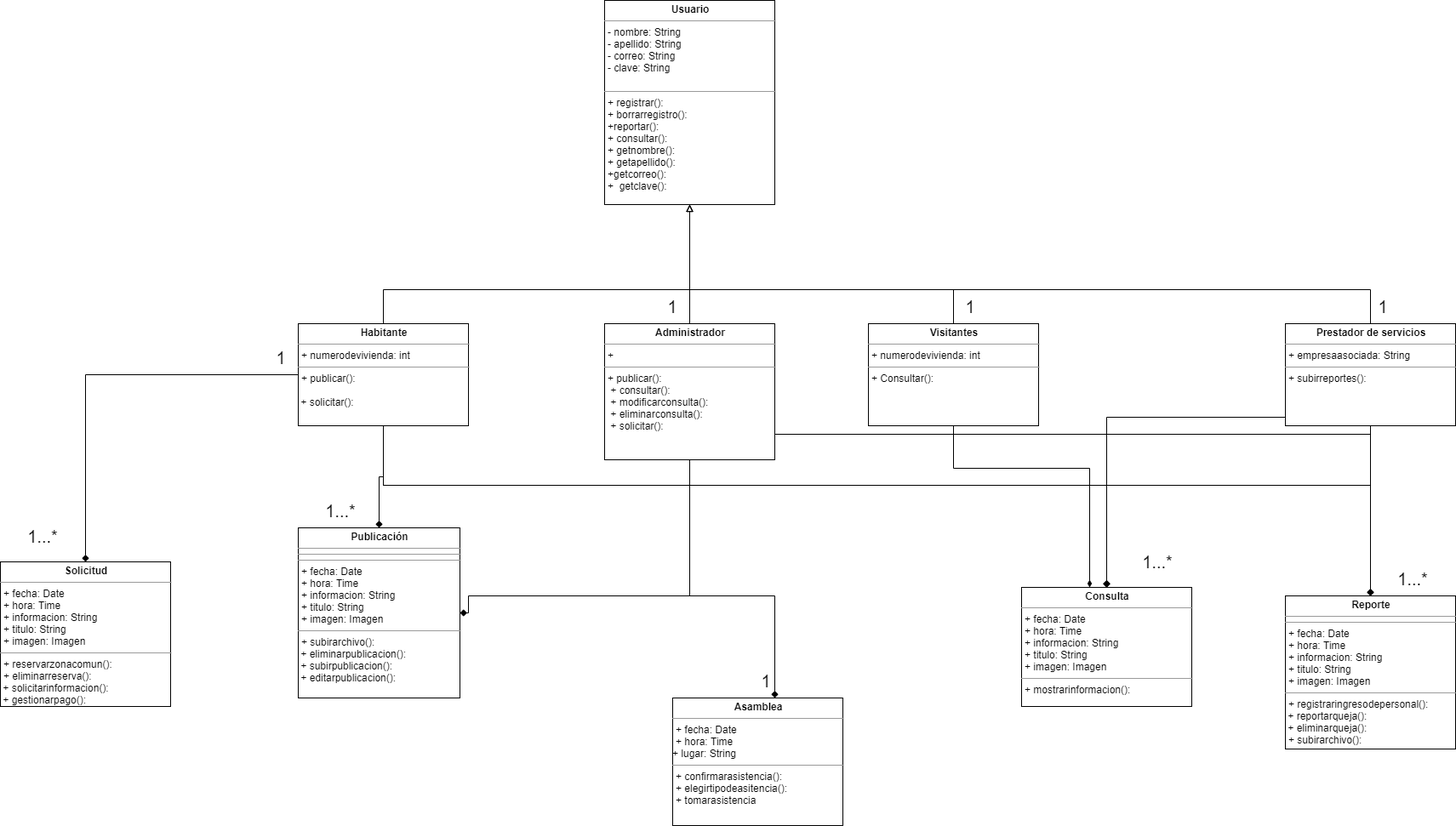
Above: Diagrama de clases.png in mnivia/Administracion-unidades-cerradas (draw.io), before the change. Source tidied: cells renumbered, new cells last; positions are measured from the earlier drawing's top-left corner, leaving out a move shared by most shapes.
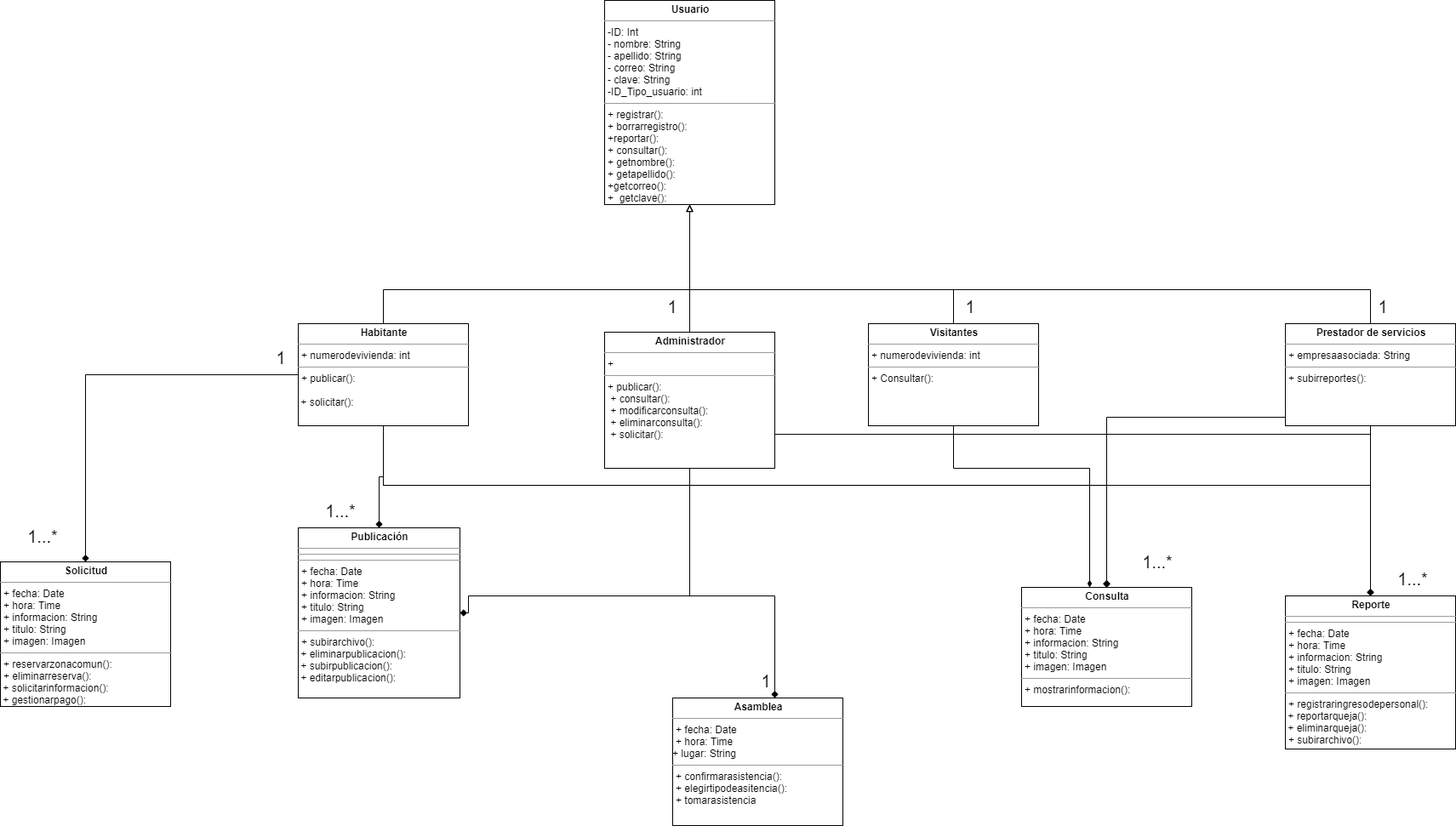
After the change.

Change to the diagram source:
```diff
@@ -2,7 +2,7 @@
   <root>
     <mxCell id="0" />
     <mxCell id="1" parent="0" />
-    <mxCell id="2" value="&lt;p style=&quot;margin: 0px ; margin-top: 4px ; text-align: center&quot;&gt;&lt;b&gt;Usuario&lt;/b&gt;&lt;/p&gt;&lt;hr size=&quot;1&quot;&gt;&lt;p style=&quot;margin: 0px ; margin-left: 4px&quot;&gt;- nombre: String&lt;/p&gt;&lt;p style=&quot;margin: 0px ; margin-left: 4px&quot;&gt;- apellido: String&lt;br&gt;&lt;/p&gt;&lt;p style=&quot;margin: 0px ; margin-left: 4px&quot;&gt;- correo: String&lt;br&gt;&lt;/p&gt;&lt;p style=&quot;margin: 0px ; margin-left: 4px&quot;&gt;- clave: String&lt;br&gt;&lt;/p&gt;&lt;p style=&quot;margin: 0px ; margin-left: 4px&quot;&gt;&lt;br&gt;&lt;/p&gt;&lt;hr size=&quot;1&quot;&gt;&lt;p style=&quot;margin: 0px ; margin-left: 4px&quot;&gt;+ registrar():&lt;/p&gt;&lt;p style=&quot;margin: 0px ; margin-left: 4px&quot;&gt;+ borrarregistro():&lt;br&gt;&lt;/p&gt;&lt;p style=&quot;margin: 0px ; margin-left: 4px&quot;&gt;+reportar():&lt;/p&gt;&lt;p style=&quot;margin: 0px ; margin-left: 4px&quot;&gt;+ consultar():&lt;br&gt;&lt;/p&gt;&lt;p style=&quot;margin: 0px ; margin-left: 4px&quot;&gt;+&amp;nbsp;&lt;span&gt;getnombre():&lt;/span&gt;&lt;/p&gt;&lt;p style=&quot;margin: 0px 0px 0px 4px&quot;&gt;+ getapellido():&amp;nbsp;&lt;br&gt;&lt;/p&gt;&lt;p style=&quot;margin: 0px 0px 0px 4px&quot;&gt;+getcorreo():&amp;nbsp;&lt;br&gt;&lt;/p&gt;&lt;p style=&quot;margin: 0px 0px 0px 4px&quot;&gt;+&amp;nbsp; getclave():&amp;nbsp;&lt;br&gt;&lt;/p&gt;&lt;p style=&quot;margin: 0px 0px 0px 4px&quot;&gt;&lt;br&gt;&lt;/p&gt;&lt;p style=&quot;margin: 0px ; margin-left: 4px&quot;&gt;&amp;nbsp;&lt;/p&gt;" style="verticalAlign=top;align=left;overflow=fill;fontSize=12;fontFamily=Helvetica;html=1;" parent="1" vertex="1">
+    <mxCell id="2" value="&lt;p style=&quot;margin: 0px ; margin-top: 4px ; text-align: center&quot;&gt;&lt;b&gt;Usuario&lt;/b&gt;&lt;/p&gt;&lt;hr size=&quot;1&quot;&gt;&lt;p style=&quot;margin: 0px ; margin-left: 4px&quot;&gt;-ID: Int&lt;/p&gt;&lt;p style=&quot;margin: 0px ; margin-left: 4px&quot;&gt;- nombre: String&lt;/p&gt;&lt;p style=&quot;margin: 0px ; margin-left: 4px&quot;&gt;- apellido: String&lt;br&gt;&lt;/p&gt;&lt;p style=&quot;margin: 0px ; margin-left: 4px&quot;&gt;- correo: String&lt;br&gt;&lt;/p&gt;&lt;p style=&quot;margin: 0px ; margin-left: 4px&quot;&gt;- clave: String&lt;br&gt;&lt;/p&gt;&lt;p style=&quot;margin: 0px ; margin-left: 4px&quot;&gt;-ID_Tipo_usuario: int&lt;/p&gt;&lt;hr size=&quot;1&quot;&gt;&lt;p style=&quot;margin: 0px ; margin-left: 4px&quot;&gt;+ registrar():&lt;/p&gt;&lt;p style=&quot;margin: 0px ; margin-left: 4px&quot;&gt;+ borrarregistro():&lt;br&gt;&lt;/p&gt;&lt;p style=&quot;margin: 0px ; margin-left: 4px&quot;&gt;+reportar():&lt;/p&gt;&lt;p style=&quot;margin: 0px ; margin-left: 4px&quot;&gt;+ consultar():&lt;br&gt;&lt;/p&gt;&lt;p style=&quot;margin: 0px ; margin-left: 4px&quot;&gt;+&amp;nbsp;&lt;span&gt;getnombre():&lt;/span&gt;&lt;/p&gt;&lt;p style=&quot;margin: 0px 0px 0px 4px&quot;&gt;+ getapellido():&amp;nbsp;&lt;br&gt;&lt;/p&gt;&lt;p style=&quot;margin: 0px 0px 0px 4px&quot;&gt;+getcorreo():&amp;nbsp;&lt;br&gt;&lt;/p&gt;&lt;p style=&quot;margin: 0px 0px 0px 4px&quot;&gt;+&amp;nbsp; getclave():&amp;nbsp;&lt;br&gt;&lt;/p&gt;&lt;p style=&quot;margin: 0px 0px 0px 4px&quot;&gt;&lt;br&gt;&lt;/p&gt;&lt;p style=&quot;margin: 0px ; margin-left: 4px&quot;&gt;&amp;nbsp;&lt;/p&gt;" style="verticalAlign=top;align=left;overflow=fill;fontSize=12;fontFamily=Helvetica;html=1;" parent="1" vertex="1">
       <mxGeometry x="710" width="200" height="240" as="geometry" />
     </mxCell>
     <mxCell id="3" style="edgeStyle=orthogonalEdgeStyle;rounded=0;jettySize=auto;html=1;entryX=0.5;entryY=1;entryDx=0;entryDy=0;endArrow=block;endFill=0;" parent="1" edge="1" source="8" target="2">
@@ -74,7 +74,7 @@
       </mxGeometry>
     </mxCell>
     <mxCell id="14" value="&lt;p style=&quot;margin: 0px ; margin-top: 4px ; text-align: center&quot;&gt;&lt;b&gt;Administrador&lt;/b&gt;&lt;/p&gt;&lt;hr size=&quot;1&quot;&gt;&lt;p style=&quot;margin: 0px ; margin-left: 4px&quot;&gt;+&amp;nbsp;&lt;/p&gt;&lt;hr size=&quot;1&quot;&gt;&lt;p style=&quot;margin: 0px 0px 0px 4px&quot;&gt;+ publicar():&lt;/p&gt;&lt;p style=&quot;margin: 0px ; margin-left: 4px&quot;&gt;&amp;nbsp;+ consultar():&lt;/p&gt;&lt;p style=&quot;margin: 0px ; margin-left: 4px&quot;&gt;&amp;nbsp;+ modificarconsulta():&lt;/p&gt;&lt;p style=&quot;margin: 0px ; margin-left: 4px&quot;&gt;&lt;span&gt;&amp;nbsp;+ eliminarconsulta():&lt;/span&gt;&lt;/p&gt;&lt;p style=&quot;margin: 0px ; margin-left: 4px&quot;&gt;&amp;nbsp;+ solicitar():&lt;br&gt;&lt;/p&gt;" style="verticalAlign=top;align=left;overflow=fill;fontSize=12;fontFamily=Helvetica;html=1;" parent="1" vertex="1">
-      <mxGeometry x="710" y="380" width="200" height="160" as="geometry" />
+      <mxGeometry x="710" y="390" width="200" height="160" as="geometry" />
     </mxCell>
     <mxCell id="15" style="edgeStyle=orthogonalEdgeStyle;rounded=0;jettySize=auto;html=1;entryX=0.5;entryY=1;entryDx=0;entryDy=0;endArrow=block;endFill=0;" parent="1" edge="1" source="18" target="2">
       <mxGeometry relative="1" as="geometry">
```
